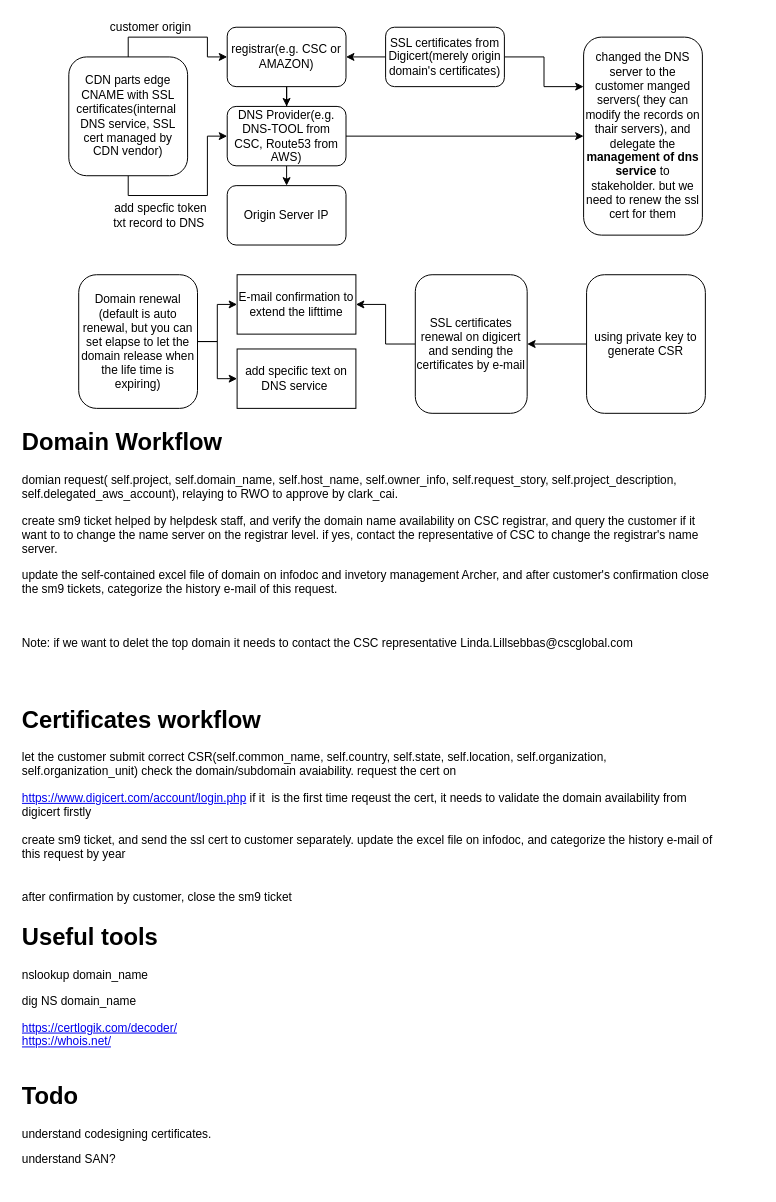
This is domain&cert.drawio from anoyo-lin/domain-cdn-learning, a draw.io file, before an edit. Source tidied: cells renumbered, new cells numbered last; positions are measured from the earlier drawing's top-left corner, leaving out a move shared by most shapes. Both pictures are drawn from the tidied source at 99%, with x=0, y=0 at pixel (17, 17).
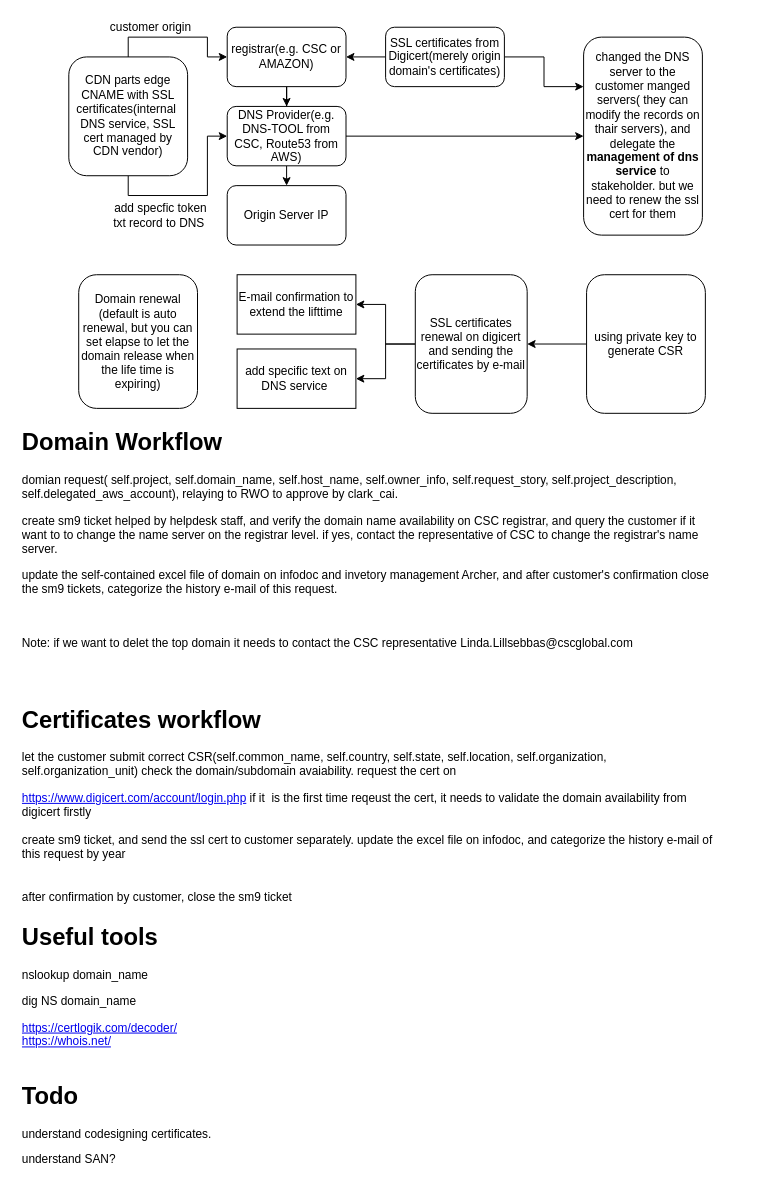
The same diagram, later.

Unchanged cells that the change refers to:
```xml
<mxCell id="17" value="Domain renewal (default is auto renewal, but you can set elapse to let the domain release when the life time is expiring)" style="rounded=1;whiteSpace=wrap;html=1;" parent="1" vertex="1">
  <mxGeometry x="62" y="260" width="120" height="135" as="geometry" />
</mxCell>
<mxCell id="18" value="E-mail confirmation to extend the lifttime" style="rounded=0;whiteSpace=wrap;html=1;" parent="1" vertex="1">
  <mxGeometry x="222" y="260" width="120" height="60" as="geometry" />
</mxCell>
<mxCell id="19" value="add specific text on DNS service&amp;nbsp;" style="rounded=0;whiteSpace=wrap;html=1;" parent="1" vertex="1">
  <mxGeometry x="222" y="335" width="120" height="60" as="geometry" />
</mxCell>
<mxCell id="23" value="SSL certificates renewal on digicert and sending the certificates by e-mail" style="rounded=1;whiteSpace=wrap;html=1;" parent="1" vertex="1">
  <mxGeometry x="402" y="260" width="113" height="140" as="geometry" />
</mxCell>
```

Diff of the diagram source:
```diff
@@
-    <mxCell id="15" style="edgeStyle=orthogonalEdgeStyle;rounded=0;jettySize=auto;html=1;entryX=0;entryY=0.5;entryDx=0;entryDy=0;" parent="1" edge="1" source="17" target="18">
-      <mxGeometry relative="1" as="geometry" />
-    </mxCell>
-    <mxCell id="16" style="edgeStyle=orthogonalEdgeStyle;rounded=0;jettySize=auto;html=1;entryX=0;entryY=0.5;entryDx=0;entryDy=0;" parent="1" edge="1" source="17" target="19">
-      <mxGeometry relative="1" as="geometry" />
-    </mxCell>
@@
+    <mxCell id="30" style="edgeStyle=orthogonalEdgeStyle;rounded=0;jettySize=auto;html=1;exitX=0;exitY=0.5;exitDx=0;exitDy=0;entryX=1;entryY=0.5;entryDx=0;entryDy=0;" parent="1" edge="1" source="23" target="19">
+      <mxGeometry relative="1" as="geometry" />
+    </mxCell>
```
